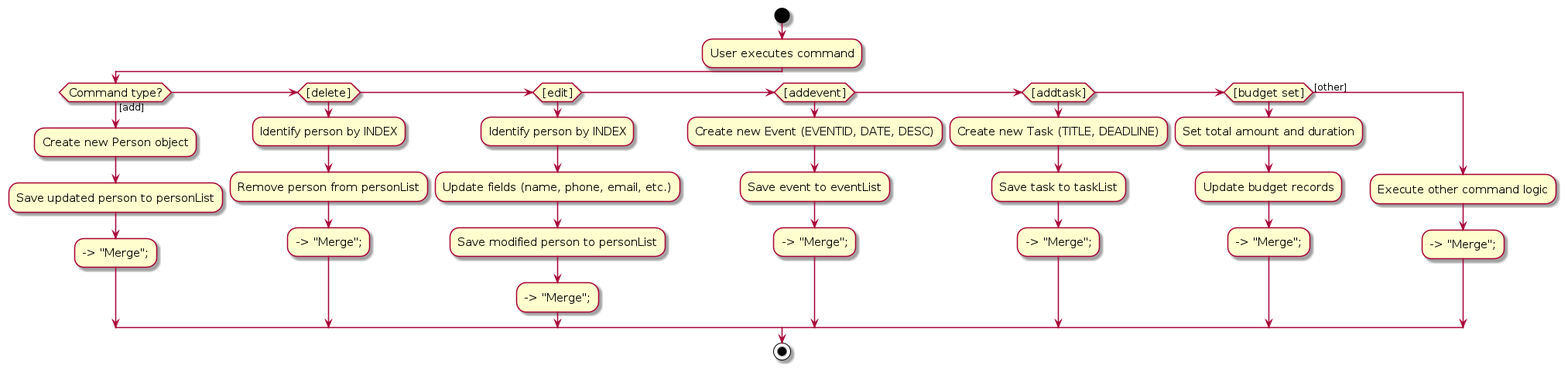
Above: diagrams/CommitActivityDiagram.png in AY2526S1-CS2103T-T10-3/tp (PlantUML), before the change. Its source is kept beside it as diagrams/CommitActivityDiagram.puml. The source it was exported from:
```plantuml
@startuml
skin rose
skinparam ActivityFontSize 15
skinparam ArrowFontSize 12
start
:User executes command;


if (Command type?) then ([add])
  :Create new Person object;
  :Save updated person to personList;
  --> "Merge";
elseif ([delete])
  :Identify person by INDEX;
  :Remove person from personList;
  --> "Merge";
elseif ([edit])
  :Identify person by INDEX;
  :Update fields (name, phone, email, etc.);
  :Save modified person to personList;
  --> "Merge";
elseif ([addevent])
  :Create new Event (EVENTID, DATE, DESC);
  :Save event to eventList;
  --> "Merge";
elseif ([addtask])
  :Create new Task (TITLE, DEADLINE);
  :Save task to taskList;
  --> "Merge";
elseif ([budget set])
  :Set total amount and duration;
  :Update budget records;
  --> "Merge";
else ([other])
  :Execute other command logic;
  --> "Merge";
endif

stop
@enduml
```
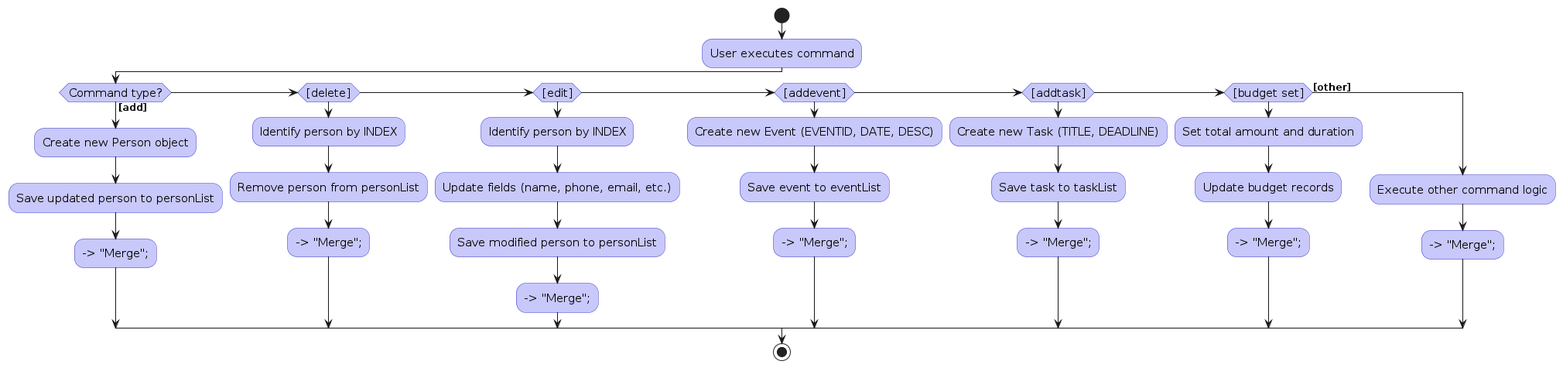
Later version of the same file.

Diff of the diagram source:
```diff
@@ -1,5 +1,7 @@
 @startuml
-skin rose
+!include style.puml
+skinparam ActivityBackgroundColor LOGIC_COLOR_T1
+skinparam ActivityBorderColor LOGIC_COLOR
 skinparam ActivityFontSize 15
 skinparam ArrowFontSize 12
 start
```
